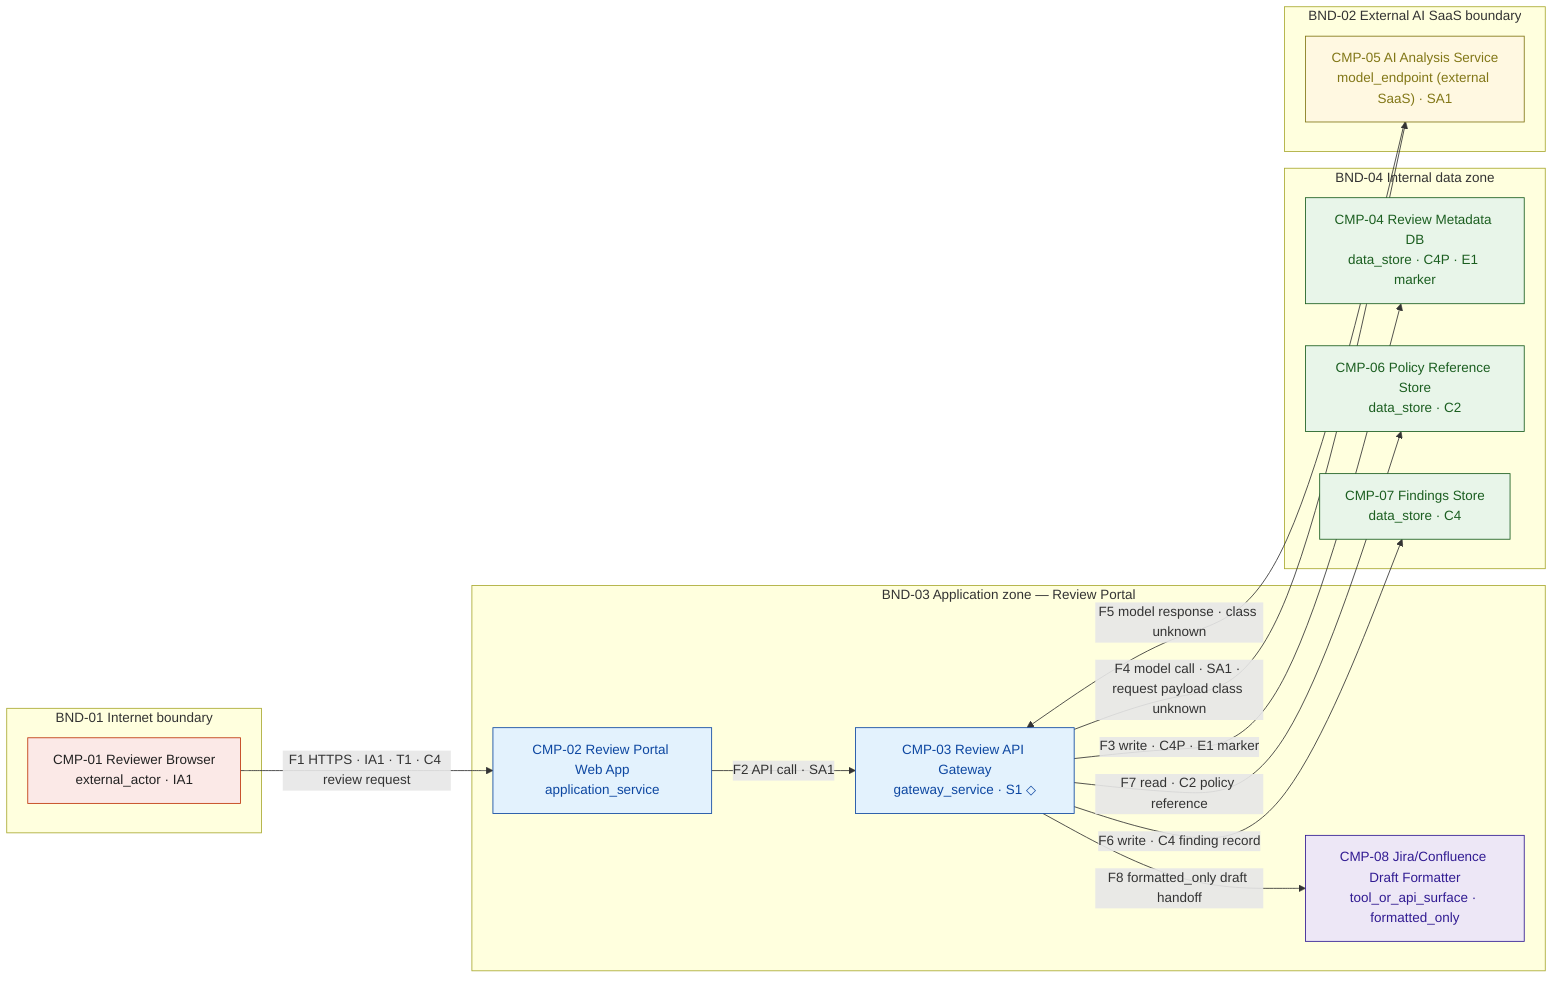
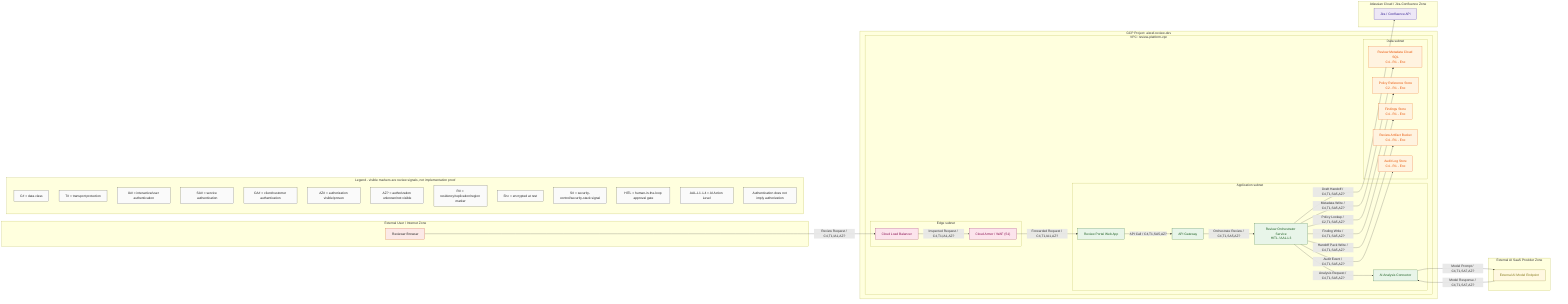
- %% sample-001-dfd-crop — AI SaaS Security Review Portal
- %% Synthetic DFD for AISRAF SAS Prototype v0.1.2 Build Package 10.
- %% No real PII, PAN, SSN, PHI, secrets, credentials, or production endpoints.
- %% Regenerate the PNG with:
- %%   mmdc -i samples/sample-001-dfd-crop/inputs/dfd-crop.mmd \
- %%        -o samples/sample-001-dfd-crop/inputs/dfd-crop.png \
- %%        -w 2200 -H 1400 -b transparent
+ %% sample-001-dfd-crop — AI SaaS Security Review Portal (GCP-style architecture review DFD)
+ %% Synthetic DFD for AISRAF SAS Prototype v0.1.2.
+ %% BP10A/BP11A corrected sample DFD. No real PII, PAN, SSN, PHI, secrets, credentials, or production endpoints.
flowchart LR
  classDef extZone fill:#fbe9e7,stroke:#bf360c,stroke-width:1px,color:#212121
-   classDef appZone fill:#e3f2fd,stroke:#0d47a1,stroke-width:1px,color:#0d47a1
-   classDef dataZone fill:#e8f5e9,stroke:#1b5e20,stroke-width:1px,color:#1b5e20
+   classDef edgeSub fill:#fce4ec,stroke:#880e4f,stroke-width:1px,color:#880e4f
+   classDef appSub fill:#e8f5e9,stroke:#1b5e20,stroke-width:1px,color:#1b5e20
+   classDef dataSub fill:#fff3e0,stroke:#e65100,stroke-width:1px,color:#e65100
  classDef saasZone fill:#fff8e1,stroke:#827717,stroke-width:1px,color:#827717
-   classDef toolZone fill:#ede7f6,stroke:#311b92,stroke-width:1px,color:#311b92
-   classDef stackMark fill:#ffffff,stroke:#0d47a1,stroke-width:2px,color:#0d47a1
+   classDef atlasZone fill:#ede7f6,stroke:#311b92,stroke-width:1px,color:#311b92
+   classDef legendBox fill:#fafafa,stroke:#424242,stroke-width:1px,color:#212121

-   subgraph BND01[BND-01 Internet boundary]
-     CMP01["CMP-01 Reviewer Browser<br/>external_actor · IA1"]:::extZone
+   subgraph EXT["External User / Internet Zone"]
+     REVBR["Reviewer Browser"]:::extZone
  end

-   subgraph BND03[BND-03 Application zone — Review Portal]
-     CMP02["CMP-02 Review Portal Web App<br/>application_service"]:::appZone
-     CMP03["CMP-03 Review API Gateway<br/>gateway_service · S1 ◇"]:::appZone
-     CMP08["CMP-08 Jira/Confluence Draft Formatter<br/>tool_or_api_surface · formatted_only"]:::toolZone
+   subgraph GCP["GCP Project: aisraf-review-dev"]
+     subgraph VPC1["VPC: review-platform-vpc"]
+       subgraph EDGE["Edge subnet"]
+         CLB["Cloud Load Balancer"]:::edgeSub
+         WAF["Cloud Armor / WAF (S1)"]:::edgeSub
+       end
+ 
+       subgraph APP["Application subnet"]
+         WEBAPP["Review Portal Web App"]:::appSub
+         APIGW["API Gateway"]:::appSub
+         ORCH["Review Orchestrator Service<br/>HITL / AAL-L3"]:::appSub
+         AICONN["AI Analysis Connector"]:::appSub
+       end
+ 
+       subgraph DATA["Data subnet"]
+         SQLDB["Review Metadata Cloud SQL<br/>C4 - R1 - Enc"]:::dataSub
+         POLDB["Policy Reference Store<br/>C2 - R1 - Enc"]:::dataSub
+         FINDDB["Findings Store<br/>C4 - R1 - Enc"]:::dataSub
+         ARTBKT["Review Artifact Bucket<br/>C4 - R1 - Enc"]:::dataSub
+         AUDLG["Audit Log Store<br/>C4 - R1 - Enc"]:::dataSub
+       end
+     end
  end

-   subgraph BND04[BND-04 Internal data zone]
-     CMP04["CMP-04 Review Metadata DB<br/>data_store · C4P · E1 marker"]:::dataZone
-     CMP06["CMP-06 Policy Reference Store<br/>data_store · C2"]:::dataZone
-     CMP07["CMP-07 Findings Store<br/>data_store · C4"]:::dataZone
+   subgraph SAAS["External AI SaaS Provider Zone"]
+     AIMODEL["External AI Model Endpoint"]:::saasZone
  end

-   subgraph BND02[BND-02 External AI SaaS boundary]
-     CMP05["CMP-05 AI Analysis Service<br/>model_endpoint (external SaaS) · SA1"]:::saasZone
+   subgraph ATL["Atlassian Cloud / Jira-Confluence Zone"]
+     JIRACONF["Jira / Confluence API"]:::atlasZone
  end

-   CMP01 -- "F1 HTTPS · IA1 · T1 · C4 review request" --> CMP02
-   CMP02 -- "F2 API call · SA1" --> CMP03
-   CMP03 -- "F3 write · C4P · E1 marker" --> CMP04
-   CMP03 -- "F4 model call · SA1 · request payload class unknown" --> CMP05
-   CMP05 -- "F5 model response · class unknown" --> CMP03
-   CMP03 -- "F6 write · C4 finding record" --> CMP07
-   CMP03 -- "F7 read · C2 policy reference" --> CMP06
-   CMP03 -- "F8 formatted_only draft handoff" --> CMP08
+   subgraph LEGEND["Legend - visible markers are review signals, not implementation proof"]
+     L1["C# = data class"]:::legendBox
+     L2["T# = transport protection"]:::legendBox
+     L3["IA# = interactive/user authentication"]:::legendBox
+     L4["SA# = service authentication"]:::legendBox
+     L5["CA# = client/customer authentication"]:::legendBox
+     L6["AZ# = authorization visible/proven"]:::legendBox
+     L7["AZ? = authorization unknown/not visible"]:::legendBox
+     L8["R# = residency/replication/region marker"]:::legendBox
+     L9["Enc = encrypted at rest"]:::legendBox
+     L10["S# = security-control/security-stack signal"]:::legendBox
+     L11["HITL = human-in-the-loop approval gate"]:::legendBox
+     L12["AAL-L1..L4 = AI Action Level"]:::legendBox
+     L13["Authentication does not imply authorization"]:::legendBox
+   end
+ 
+   REVBR -- "Review Request / C4,T1,IA1,AZ?" --> CLB
+   CLB -- "Inspected Request / C4,T1,IA1,AZ?" --> WAF
+   WAF -- "Forwarded Request / C4,T1,IA1,AZ?" --> WEBAPP
+   WEBAPP -- "API Call / C4,T1,SA5,AZ?" --> APIGW
+   APIGW -- "Orchestrate Review / C4,T1,SA5,AZ?" --> ORCH
+   ORCH -- "Metadata Write / C4,T1,SA5,AZ?" --> SQLDB
+   ORCH -- "Policy Lookup / C2,T1,SA5,AZ?" --> POLDB
+   ORCH -- "Analysis Request / C4,T1,SA5,AZ?" --> AICONN
+   AICONN -- "Model Prompt / C4,T1,SA7,AZ?" --> AIMODEL
+   AIMODEL -- "Model Response / C4,T1,SA7,AZ?" --> AICONN
+   ORCH -- "Finding Write / C4,T1,SA5,AZ?" --> FINDDB
+   ORCH -- "Handoff Pack Write / C4,T1,SA5,AZ?" --> ARTBKT
+   ORCH -- "Audit Event / C4,T1,SA5,AZ?" --> AUDLG
+   ORCH -- "Draft Handoff / C4,T1,SA5,AZ?" --> JIRACONF
